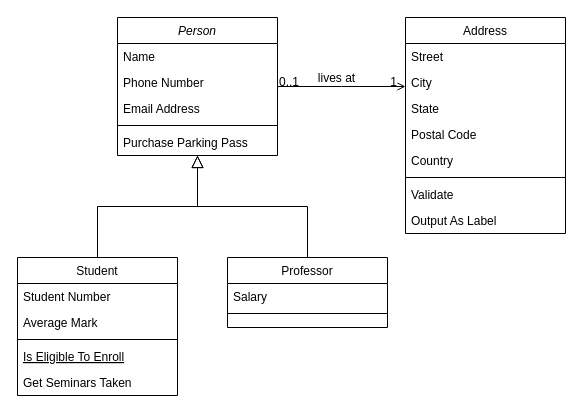
LucasRVDT/Sistema-Gerenciamento-de-tarefas. keeps this draw.io diagram as Docs/Diagrama sem nome.drawio. Above is the earlier version. Source tidied: cells renumbered, new cells numbered last; positions are measured from the earlier drawing's top-left corner, leaving out a move shared by most shapes. Both pictures are drawn from the tidied source at 100%, with x=0, y=0 at pixel (17, 17).
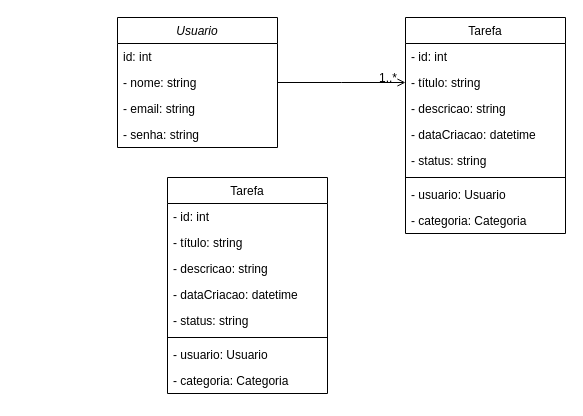
The same page after the edit.

Commit message:
Actualizar Diagrama sistema_tarefaz.drawio

Unchanged cells that the change refers to:
```xml
<mxCell id="28" style="endArrow=open;shadow=0;strokeWidth=1;rounded=0;endFill=1;edgeStyle=elbowEdgeStyle;elbow=vertical;" parent="1" edge="1" source="2" target="19">
  <mxGeometry x="0.5" y="41" relative="1" as="geometry">
    <mxPoint x="-40" y="32" as="offset" />
  </mxGeometry>
</mxCell>
```

What changed in the source:
```diff
@@
-    <mxCell id="2" value="Person" style="swimlane;fontStyle=2;align=center;verticalAlign=top;horizontal=1;startSize=26;rounded=0;shadow=0;strokeWidth=1;" parent="1" vertex="1">
-      <mxGeometry x="100" width="160" height="138" as="geometry" />
+    <mxCell id="2" value="Usuario      " style="swimlane;fontStyle=2;align=center;verticalAlign=top;horizontal=1;startSize=26;rounded=0;shadow=0;strokeWidth=1;" parent="1" vertex="1">
+      <mxGeometry x="100" width="160" height="130" as="geometry" />
     </mxCell>
-    <mxCell id="3" value="Name" style="text;align=left;verticalAlign=top;spacingLeft=4;spacingRight=4;overflow=hidden;" parent="2" vertex="1">
+    <mxCell id="3" value="id: int" style="text;align=left;verticalAlign=top;spacingLeft=4;spacingRight=4;overflow=hidden;" parent="2" vertex="1">
       <mxGeometry y="26" width="160" height="26" as="geometry" />
     </mxCell>
-    <mxCell id="4" value="Phone Number" style="text;align=left;verticalAlign=top;spacingLeft=4;spacingRight=4;overflow=hidden;rounded=0;shadow=0;html=0;" parent="2" vertex="1">
+    <mxCell id="4" value="- nome: string" style="text;align=left;verticalAlign=top;spacingLeft=4;spacingRight=4;overflow=hidden;rounded=0;shadow=0;html=0;" parent="2" vertex="1">
       <mxGeometry y="52" width="160" height="26" as="geometry" />
     </mxCell>
+    <mxCell id="32" value="- email: string " style="text;align=left;verticalAlign=top;spacingLeft=4;spacingRight=4;overflow=hidden;rounded=0;shadow=0;html=0;" parent="2" vertex="1">
+      <mxGeometry y="78" width="160" height="26" as="geometry" />
+    </mxCell>
-    <mxCell id="5" value="Email Address" style="text;align=left;verticalAlign=top;spacingLeft=4;spacingRight=4;overflow=hidden;rounded=0;shadow=0;html=0;" parent="2" vertex="1">
-      <mxGeometry y="78" width="160" height="26" as="geometry" />
+    <mxCell id="5" value="- senha: string" style="text;align=left;verticalAlign=top;spacingLeft=4;spacingRight=4;overflow=hidden;rounded=0;shadow=0;html=0;" parent="2" vertex="1">
+      <mxGeometry y="104" width="160" height="26" as="geometry" />
     </mxCell>
-    <mxCell id="6" style="line;html=1;strokeWidth=1;align=left;verticalAlign=middle;spacingTop=-1;spacingLeft=3;spacingRight=3;labelPosition=right;" parent="2" vertex="1">
-      <mxGeometry y="104" width="160" height="8" as="geometry" />
-    </mxCell>
-    <mxCell id="7" value="Purchase Parking Pass" style="text;align=left;verticalAlign=top;spacingLeft=4;spacingRight=4;overflow=hidden;" parent="2" vertex="1">
-      <mxGeometry y="112" width="160" height="26" as="geometry" />
-    </mxCell>
-    <mxCell id="8" value="Student" style="swimlane;fontStyle=0;align=center;verticalAlign=top;horizontal=1;startSize=26;rounded=0;shadow=0;strokeWidth=1;" parent="1" vertex="1">
-      <mxGeometry y="240" width="160" height="138" as="geometry" />
-    </mxCell>
-    <mxCell id="9" value="Student Number" style="text;align=left;verticalAlign=top;spacingLeft=4;spacingRight=4;overflow=hidden;" parent="8" vertex="1">
-      <mxGeometry y="26" width="160" height="26" as="geometry" />
-    </mxCell>
-    <mxCell id="10" value="Average Mark" style="text;align=left;verticalAlign=top;spacingLeft=4;spacingRight=4;overflow=hidden;rounded=0;shadow=0;html=0;" parent="8" vertex="1">
-      <mxGeometry y="52" width="160" height="26" as="geometry" />
-    </mxCell>
-    <mxCell id="11" style="line;html=1;strokeWidth=1;align=left;verticalAlign=middle;spacingTop=-1;spacingLeft=3;spacingRight=3;labelPosition=right;" parent="8" vertex="1">
-      <mxGeometry y="78" width="160" height="8" as="geometry" />
-    </mxCell>
-    <mxCell id="12" value="Is Eligible To Enroll" style="text;align=left;verticalAlign=top;spacingLeft=4;spacingRight=4;overflow=hidden;fontStyle=4;" parent="8" vertex="1">
-      <mxGeometry y="86" width="160" height="26" as="geometry" />
-    </mxCell>
-    <mxCell id="13" value="Get Seminars Taken" style="text;align=left;verticalAlign=top;spacingLeft=4;spacingRight=4;overflow=hidden;" parent="8" vertex="1">
-      <mxGeometry y="112" width="160" height="26" as="geometry" />
-    </mxCell>
-    <mxCell id="14" style="endArrow=block;endSize=10;endFill=0;shadow=0;strokeWidth=1;rounded=0;edgeStyle=elbowEdgeStyle;elbow=vertical;" parent="1" edge="1" source="8" target="2">
-      <mxGeometry relative="1" as="geometry" />
-    </mxCell>
-    <mxCell id="15" value="Professor" style="swimlane;fontStyle=0;align=center;verticalAlign=top;horizontal=1;startSize=26;rounded=0;shadow=0;strokeWidth=1;" parent="1" vertex="1">
-      <mxGeometry x="210" y="240" width="160" height="70" as="geometry" />
-    </mxCell>
-    <mxCell id="16" value="Salary" style="text;align=left;verticalAlign=top;spacingLeft=4;spacingRight=4;overflow=hidden;" parent="15" vertex="1">
-      <mxGeometry y="26" width="160" height="26" as="geometry" />
-    </mxCell>
-    <mxCell id="17" style="line;html=1;strokeWidth=1;align=left;verticalAlign=middle;spacingTop=-1;spacingLeft=3;spacingRight=3;labelPosition=right;" parent="15" vertex="1">
-      <mxGeometry y="52" width="160" height="8" as="geometry" />
-    </mxCell>
-    <mxCell id="18" style="endArrow=block;endSize=10;endFill=0;shadow=0;strokeWidth=1;rounded=0;edgeStyle=elbowEdgeStyle;elbow=vertical;" parent="1" edge="1" source="15" target="2">
-      <mxGeometry relative="1" as="geometry" />
-    </mxCell>
-    <mxCell id="19" value="Address" style="swimlane;fontStyle=0;align=center;verticalAlign=top;horizontal=1;startSize=26;rounded=0;shadow=0;strokeWidth=1;" parent="1" vertex="1">
+    <mxCell id="19" value="Tarefa       " style="swimlane;fontStyle=0;align=center;verticalAlign=top;horizontal=1;startSize=26;rounded=0;shadow=0;strokeWidth=1;" parent="1" vertex="1">
       <mxGeometry x="388" width="160" height="216" as="geometry" />
     </mxCell>
-    <mxCell id="20" value="Street" style="text;align=left;verticalAlign=top;spacingLeft=4;spacingRight=4;overflow=hidden;" parent="19" vertex="1">
+    <mxCell id="20" value="- id: int " style="text;align=left;verticalAlign=top;spacingLeft=4;spacingRight=4;overflow=hidden;" parent="19" vertex="1">
       <mxGeometry y="26" width="160" height="26" as="geometry" />
     </mxCell>
-    <mxCell id="21" value="City" style="text;align=left;verticalAlign=top;spacingLeft=4;spacingRight=4;overflow=hidden;rounded=0;shadow=0;html=0;" parent="19" vertex="1">
+    <mxCell id="21" value="- título: string" style="text;align=left;verticalAlign=top;spacingLeft=4;spacingRight=4;overflow=hidden;rounded=0;shadow=0;html=0;" parent="19" vertex="1">
       <mxGeometry y="52" width="160" height="26" as="geometry" />
     </mxCell>
-    <mxCell id="22" value="State" style="text;align=left;verticalAlign=top;spacingLeft=4;spacingRight=4;overflow=hidden;rounded=0;shadow=0;html=0;" parent="19" vertex="1">
+    <mxCell id="22" value="- descricao: string" style="text;align=left;verticalAlign=top;spacingLeft=4;spacingRight=4;overflow=hidden;rounded=0;shadow=0;html=0;" parent="19" vertex="1">
       <mxGeometry y="78" width="160" height="26" as="geometry" />
     </mxCell>
-    <mxCell id="23" value="Postal Code" style="text;align=left;verticalAlign=top;spacingLeft=4;spacingRight=4;overflow=hidden;rounded=0;shadow=0;html=0;" parent="19" vertex="1">
+    <mxCell id="23" value="- dataCriacao: datetime" style="text;align=left;verticalAlign=top;spacingLeft=4;spacingRight=4;overflow=hidden;rounded=0;shadow=0;html=0;" parent="19" vertex="1">
       <mxGeometry y="104" width="160" height="26" as="geometry" />
     </mxCell>
-    <mxCell id="24" value="Country" style="text;align=left;verticalAlign=top;spacingLeft=4;spacingRight=4;overflow=hidden;rounded=0;shadow=0;html=0;" parent="19" vertex="1">
+    <mxCell id="24" value="- status: string" style="text;align=left;verticalAlign=top;spacingLeft=4;spacingRight=4;overflow=hidden;rounded=0;shadow=0;html=0;" parent="19" vertex="1">
       <mxGeometry y="130" width="160" height="26" as="geometry" />
     </mxCell>
@@
-    <mxCell id="26" value="Validate" style="text;align=left;verticalAlign=top;spacingLeft=4;spacingRight=4;overflow=hidden;" parent="19" vertex="1">
-      <mxGeometry y="164" width="160" height="26" as="geometry" />
-    </mxCell>
-    <mxCell id="27" value="Output As Label" style="text;align=left;verticalAlign=top;spacingLeft=4;spacingRight=4;overflow=hidden;" parent="19" vertex="1">
-      <mxGeometry y="190" width="160" height="26" as="geometry" />
-    </mxCell>
+    <mxCell id="33" value="- usuario: Usuario" style="text;align=left;verticalAlign=top;spacingLeft=4;spacingRight=4;overflow=hidden;rounded=0;shadow=0;html=0;" parent="19" vertex="1">
+      <mxGeometry y="164" width="160" height="26" as="geometry" />
+    </mxCell>
+    <mxCell id="34" value="- categoria: Categoria" style="text;align=left;verticalAlign=top;spacingLeft=4;spacingRight=4;overflow=hidden;rounded=0;shadow=0;html=0;" parent="19" vertex="1">
+      <mxGeometry y="190" width="160" height="26" as="geometry" />
+    </mxCell>
@@
-    <mxCell id="29" value="0..1" style="align=left;verticalAlign=bottom;labelBackgroundColor=none;fontSize=12;" parent="28" vertex="1">
-      <mxGeometry x="-1" relative="1" as="geometry">
-        <mxPoint y="4" as="offset" />
-      </mxGeometry>
-    </mxCell>
-    <mxCell id="30" value="1" style="align=right;verticalAlign=bottom;labelBackgroundColor=none;fontSize=12;" parent="28" vertex="1">
+    <mxCell id="30" value="1..*" style="align=right;verticalAlign=bottom;labelBackgroundColor=none;fontSize=12;" parent="28" vertex="1">
       <mxGeometry x="1" relative="1" as="geometry">
         <mxPoint x="-7" y="4" as="offset" />
       </mxGeometry>
     </mxCell>
-    <mxCell id="31" value="lives at" style="text;html=1;align=center;verticalAlign=middle;labelBackgroundColor=none;rounded=0;shadow=0;strokeWidth=1;fontSize=12;" parent="28" vertex="1">
-      <mxGeometry x="0.5" y="49" relative="1" as="geometry">
-        <mxPoint x="-38" y="40" as="offset" />
-      </mxGeometry>
-    </mxCell>
+    <mxCell id="35" value="Tarefa       " style="swimlane;fontStyle=0;align=center;verticalAlign=top;horizontal=1;startSize=26;rounded=0;shadow=0;strokeWidth=1;" parent="1" vertex="1">
+      <mxGeometry x="150" y="160" width="160" height="216" as="geometry" />
+    </mxCell>
+    <mxCell id="36" value="- id: int " style="text;align=left;verticalAlign=top;spacingLeft=4;spacingRight=4;overflow=hidden;" parent="35" vertex="1">
+      <mxGeometry y="26" width="160" height="26" as="geometry" />
+    </mxCell>
+    <mxCell id="37" value="- título: string" style="text;align=left;verticalAlign=top;spacingLeft=4;spacingRight=4;overflow=hidden;rounded=0;shadow=0;html=0;" parent="35" vertex="1">
+      <mxGeometry y="52" width="160" height="26" as="geometry" />
+    </mxCell>
+    <mxCell id="38" value="- descricao: string" style="text;align=left;verticalAlign=top;spacingLeft=4;spacingRight=4;overflow=hidden;rounded=0;shadow=0;html=0;" parent="35" vertex="1">
+      <mxGeometry y="78" width="160" height="26" as="geometry" />
+    </mxCell>
+    <mxCell id="39" value="- dataCriacao: datetime" style="text;align=left;verticalAlign=top;spacingLeft=4;spacingRight=4;overflow=hidden;rounded=0;shadow=0;html=0;" parent="35" vertex="1">
+      <mxGeometry y="104" width="160" height="26" as="geometry" />
+    </mxCell>
+    <mxCell id="40" value="- status: string" style="text;align=left;verticalAlign=top;spacingLeft=4;spacingRight=4;overflow=hidden;rounded=0;shadow=0;html=0;" parent="35" vertex="1">
+      <mxGeometry y="130" width="160" height="26" as="geometry" />
+    </mxCell>
+    <mxCell id="41" style="line;html=1;strokeWidth=1;align=left;verticalAlign=middle;spacingTop=-1;spacingLeft=3;spacingRight=3;labelPosition=right;" parent="35" vertex="1">
+      <mxGeometry y="156" width="160" height="8" as="geometry" />
+    </mxCell>
+    <mxCell id="42" value="- usuario: Usuario" style="text;align=left;verticalAlign=top;spacingLeft=4;spacingRight=4;overflow=hidden;rounded=0;shadow=0;html=0;" parent="35" vertex="1">
+      <mxGeometry y="164" width="160" height="26" as="geometry" />
+    </mxCell>
+    <mxCell id="43" value="- categoria: Categoria" style="text;align=left;verticalAlign=top;spacingLeft=4;spacingRight=4;overflow=hidden;rounded=0;shadow=0;html=0;" parent="35" vertex="1">
+      <mxGeometry y="190" width="160" height="26" as="geometry" />
+    </mxCell>
```
